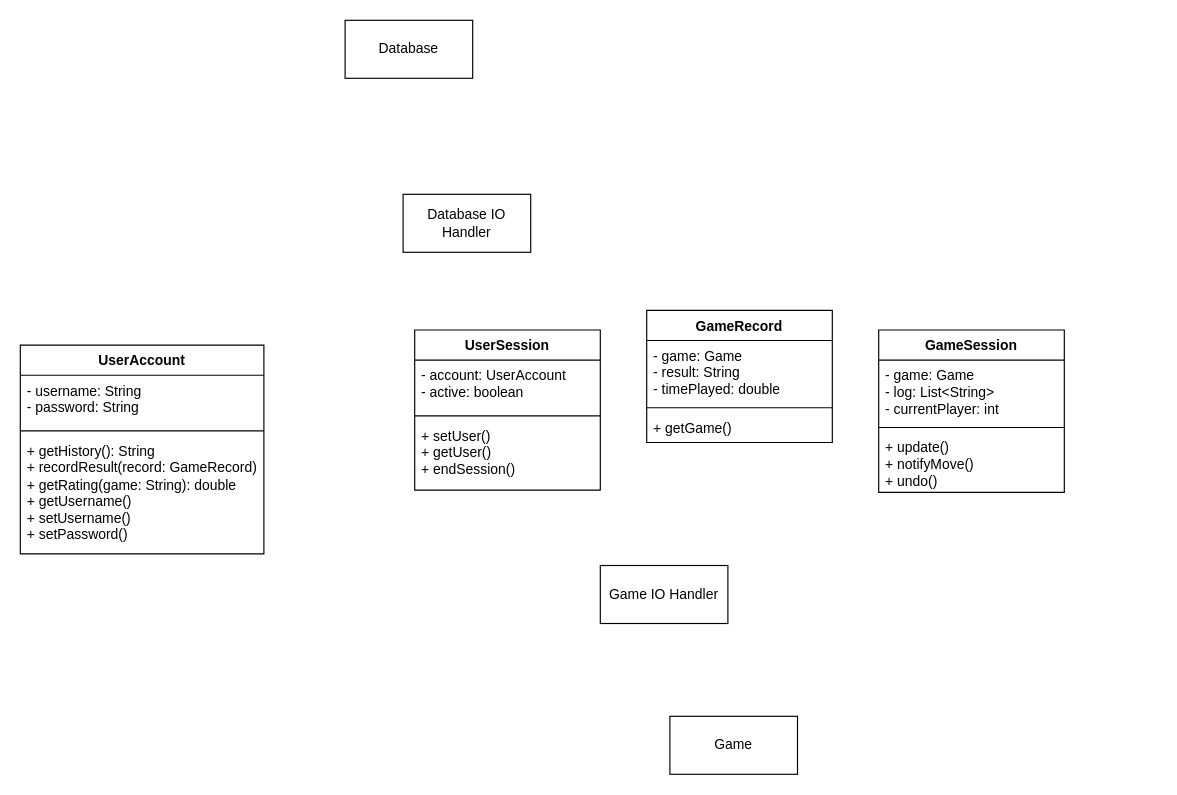
This is design/networking.drawio from ankondeadlarx/gitlab, a draw.io file, before an edit. Source tidied: cells renumbered, new cells numbered last; positions are measured from the earlier drawing's top-left corner, leaving out a move shared by most shapes. Both pictures are drawn from the tidied source at 116%, with x=0, y=0 at pixel (20, 20).
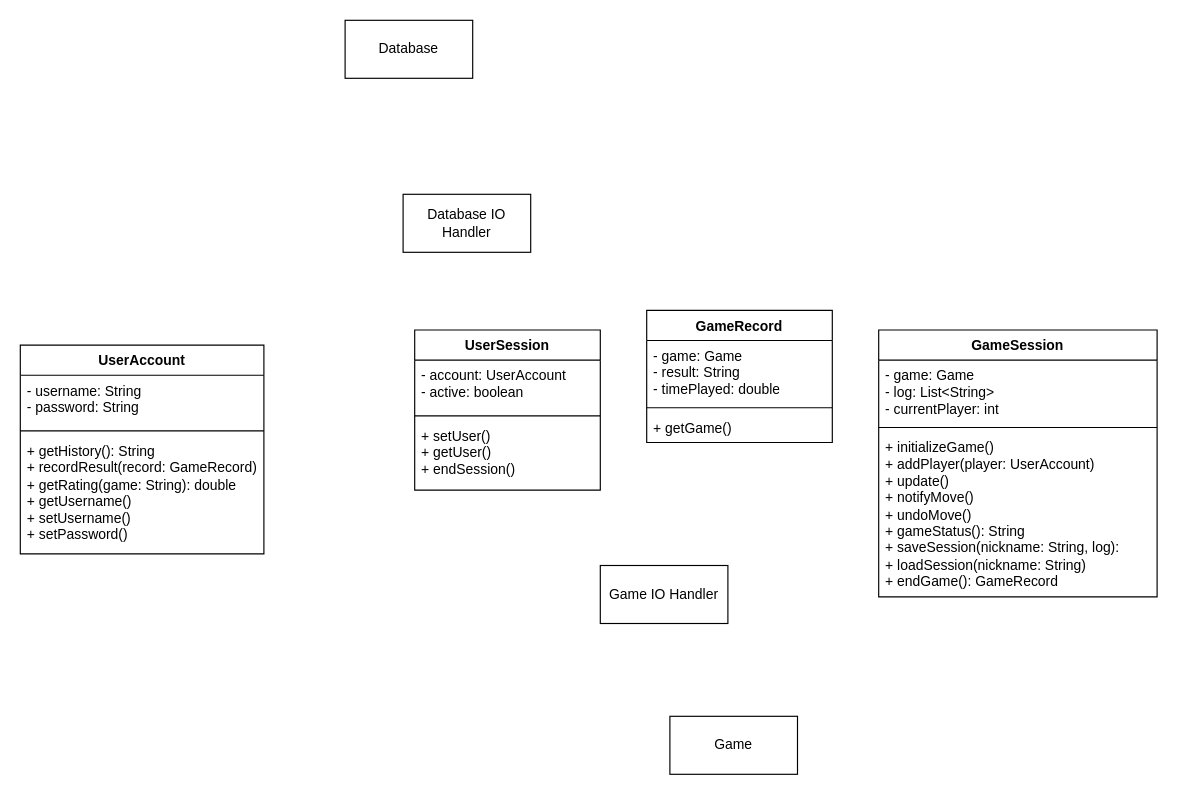
Above is the later version.

Commit message:
gameSession() methods

The edit, as a diff of the source:
```diff
@@
     <mxCell id="18" value="GameSession" style="swimlane;fontStyle=1;align=center;verticalAlign=top;horizontal=1;startSize=26;whiteSpace=wrap;html=1;" parent="1" vertex="1">
-      <mxGeometry x="740" y="267" width="160" height="140" as="geometry" />
+      <mxGeometry x="740" y="267" width="240" height="230" as="geometry" />
     </mxCell>
     <mxCell id="19" value="- game: Game&lt;div&gt;- log: List&amp;lt;String&amp;gt;&lt;/div&gt;&lt;div&gt;- currentPlayer: int&lt;/div&gt;" style="text;strokeColor=none;fillColor=none;align=left;verticalAlign=top;spacingLeft=4;spacingRight=4;overflow=hidden;whiteSpace=wrap;html=1;" parent="18" vertex="1">
-      <mxGeometry y="26" width="160" height="54" as="geometry" />
+      <mxGeometry y="26" width="240" height="54" as="geometry" />
     </mxCell>
     <mxCell id="20" style="line;strokeWidth=1;fillColor=none;align=left;verticalAlign=middle;spacingTop=-1;spacingLeft=3;spacingRight=3;labelPosition=right;strokeColor=inherit;" parent="18" vertex="1">
-      <mxGeometry y="80" width="160" height="8" as="geometry" />
+      <mxGeometry y="80" width="240" height="8" as="geometry" />
     </mxCell>
-    <mxCell id="21" value="+ update()&lt;div&gt;+ notifyMove()&lt;/div&gt;&lt;div&gt;+ undo()&lt;/div&gt;" style="text;strokeColor=none;fillColor=none;align=left;verticalAlign=top;spacingLeft=4;spacingRight=4;overflow=hidden;whiteSpace=wrap;html=1;" parent="18" vertex="1">
-      <mxGeometry y="88" width="160" height="52" as="geometry" />
+    <mxCell id="21" value="&lt;div&gt;+ initializeGame()&lt;/div&gt;&lt;div&gt;+ addPlayer(player: UserAccount)&lt;/div&gt;+ update()&lt;div&gt;+ notifyMove()&lt;/div&gt;&lt;div&gt;+ undoMove()&lt;/div&gt;&lt;div&gt;+ gameStatus(): String&lt;/div&gt;&lt;div&gt;+ saveSession(nickname: String, log):&amp;nbsp;&lt;/div&gt;&lt;div&gt;+ loadSession(nickname: String)&lt;/div&gt;&lt;div&gt;+ endGame(): GameRecord&lt;/div&gt;" style="text;strokeColor=none;fillColor=none;align=left;verticalAlign=top;spacingLeft=4;spacingRight=4;overflow=hidden;whiteSpace=wrap;html=1;" parent="18" vertex="1">
+      <mxGeometry y="88" width="240" height="142" as="geometry" />
     </mxCell>
```
